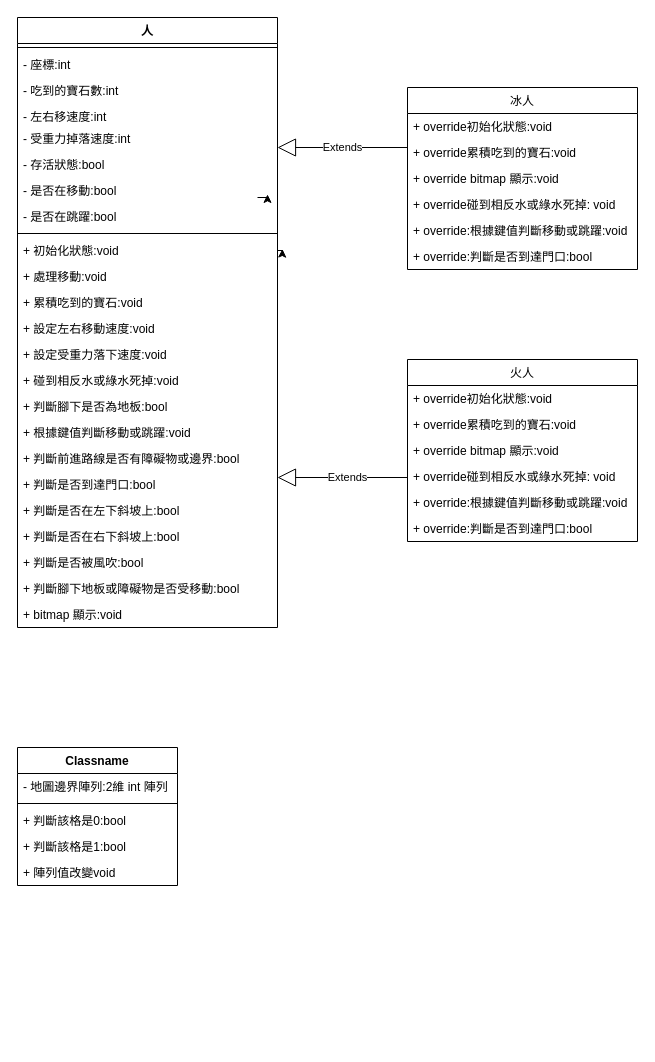
Before: page "Page-2" (2 of 2) of UML Diagram/oop_game.drawio in ggjj321/fireboy-watergirl-in-the-forest-temple, a draw.io diagram. Source tidied: cells renumbered, new cells numbered last; positions are measured from the earlier drawing's top-left corner, leaving out a move shared by most shapes. Both pictures are drawn from the tidied source at 100%, with x=0, y=0 at pixel (17, 17).
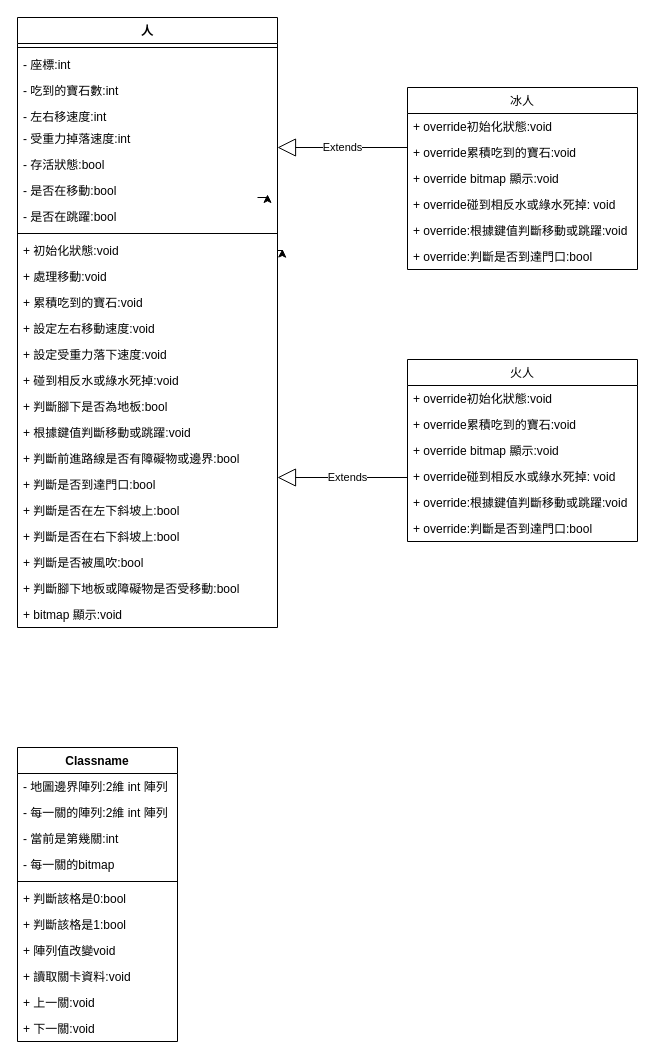
Above is the later version.

Commit message:
feat:update map uml

The edit, as a diff of the source:
```diff
@@
     <mxCell id="45" value="Classname" style="swimlane;fontStyle=1;align=center;verticalAlign=top;horizontal=1;startSize=26;" parent="1" vertex="1">
-      <mxGeometry y="730" width="160" height="138" as="geometry" />
+      <mxGeometry y="730" width="160" height="294" as="geometry" />
     </mxCell>
@@
+    <mxCell id="51" value="- 每一關的陣列:2維 int 陣列&#10;" style="text;strokeColor=none;fillColor=none;align=left;verticalAlign=top;spacingLeft=4;spacingRight=4;overflow=hidden;" parent="45" vertex="1">
+      <mxGeometry y="52" width="160" height="26" as="geometry" />
+    </mxCell>
+    <mxCell id="52" value="- 當前是第幾關:int " style="text;strokeColor=none;fillColor=none;align=left;verticalAlign=top;spacingLeft=4;spacingRight=4;overflow=hidden;" parent="45" vertex="1">
+      <mxGeometry y="78" width="160" height="26" as="geometry" />
+    </mxCell>
+    <mxCell id="53" value="- 每一關的bitmap" style="text;strokeColor=none;fillColor=none;align=left;verticalAlign=top;spacingLeft=4;spacingRight=4;overflow=hidden;" parent="45" vertex="1">
+      <mxGeometry y="104" width="160" height="26" as="geometry" />
+    </mxCell>
     <mxCell id="47" style="line;strokeWidth=1;fillColor=none;align=left;verticalAlign=middle;spacingTop=-1;spacingLeft=3;spacingRight=3;labelPosition=right;" parent="45" vertex="1">
-      <mxGeometry y="52" width="160" height="8" as="geometry" />
+      <mxGeometry y="130" width="160" height="8" as="geometry" />
     </mxCell>
     <mxCell id="48" value="+ 判斷該格是0:bool" style="text;strokeColor=none;fillColor=none;align=left;verticalAlign=top;spacingLeft=4;spacingRight=4;overflow=hidden;" parent="45" vertex="1">
-      <mxGeometry y="60" width="160" height="26" as="geometry" />
+      <mxGeometry y="138" width="160" height="26" as="geometry" />
     </mxCell>
     <mxCell id="49" value="+ 判斷該格是1:bool" style="text;strokeColor=none;fillColor=none;align=left;verticalAlign=top;spacingLeft=4;spacingRight=4;overflow=hidden;" parent="45" vertex="1">
-      <mxGeometry y="86" width="160" height="26" as="geometry" />
+      <mxGeometry y="164" width="160" height="26" as="geometry" />
     </mxCell>
     <mxCell id="50" value="+ 陣列值改變void&#10;" style="text;strokeColor=none;fillColor=none;align=left;verticalAlign=top;spacingLeft=4;spacingRight=4;overflow=hidden;" parent="45" vertex="1">
-      <mxGeometry y="112" width="160" height="26" as="geometry" />
+      <mxGeometry y="190" width="160" height="26" as="geometry" />
     </mxCell>
+    <mxCell id="54" value="+ 讀取關卡資料:void" style="text;strokeColor=none;fillColor=none;align=left;verticalAlign=top;spacingLeft=4;spacingRight=4;overflow=hidden;" parent="45" vertex="1">
+      <mxGeometry y="216" width="160" height="26" as="geometry" />
+    </mxCell>
+    <mxCell id="55" value="+ 上一關:void" style="text;strokeColor=none;fillColor=none;align=left;verticalAlign=top;spacingLeft=4;spacingRight=4;overflow=hidden;" parent="45" vertex="1">
+      <mxGeometry y="242" width="160" height="26" as="geometry" />
+    </mxCell>
+    <mxCell id="56" value="+ 下一關:void" style="text;strokeColor=none;fillColor=none;align=left;verticalAlign=top;spacingLeft=4;spacingRight=4;overflow=hidden;" parent="45" vertex="1">
+      <mxGeometry y="268" width="160" height="26" as="geometry" />
+    </mxCell>
```
